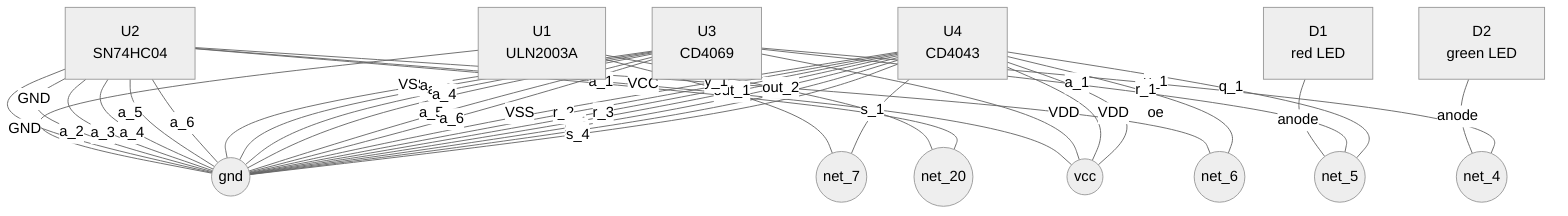
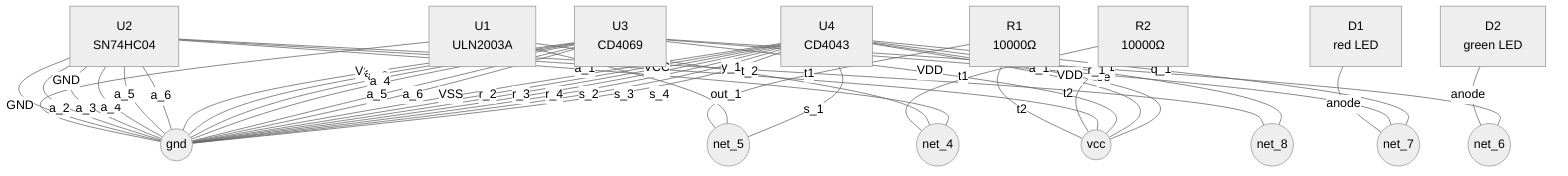
%%{init: {"theme": "neutral"}}%%
flowchart TD
    U1["U1<br/>ULN2003A"]
    U2["U2<br/>SN74HC04"]
    U3["U3<br/>CD4069"]
    U4["U4<br/>CD4043"]
    D1["D1<br/>red LED"]
    D2["D2<br/>green LED"]
+     R1["R1<br/>10000Ω"]
+     R2["R2<br/>10000Ω"]
+     net_7(("net_7"))
+     net_6(("net_6"))
    net_5(("net_5"))
+     vcc(("vcc"))
    net_4(("net_4"))
    gnd(("gnd"))
-     net_7(("net_7"))
-     net_20(("net_20"))
-     vcc(("vcc"))
-     net_6(("net_6"))
-     D1 ---|"anode"| net_5
-     D2 ---|"anode"| net_4
+     net_8(("net_8"))
+     D1 ---|"anode"| net_7
+     D2 ---|"anode"| net_6
+     R1 ---|"t1"| net_5
+     R1 ---|"t2"| vcc
+     R2 ---|"t1"| net_4
+     R2 ---|"t2"| vcc
    U1 ---|"GND"| gnd
-     U1 ---|"out_1"| net_7
-     U1 ---|"out_2"| net_20
+     U1 ---|"out_1"| net_5
+     U1 ---|"out_2"| net_4
    U2 ---|"GND"| gnd
    U2 ---|"VCC"| vcc
-     U2 ---|"a_1"| net_20
+     U2 ---|"a_1"| net_4
    U2 ---|"a_2"| gnd
    U2 ---|"a_3"| gnd
    U2 ---|"a_4"| gnd
    U2 ---|"a_5"| gnd
    U2 ---|"a_6"| gnd
-     U2 ---|"y_1"| net_6
+     U2 ---|"y_1"| net_8
    U3 ---|"VDD"| vcc
    U3 ---|"VSS"| gnd
-     U3 ---|"a_1"| net_5
+     U3 ---|"a_1"| net_7
    U3 ---|"a_2"| gnd
    U3 ---|"a_3"| gnd
    U3 ---|"a_4"| gnd
    U3 ---|"a_5"| gnd
    U3 ---|"a_6"| gnd
-     U3 ---|"y_1"| net_4
+     U3 ---|"y_1"| net_6
    U4 ---|"VDD"| vcc
    U4 ---|"VSS"| gnd
    U4 ---|"oe"| vcc
-     U4 ---|"q_1"| net_5
-     U4 ---|"r_1"| net_6
+     U4 ---|"q_1"| net_7
+     U4 ---|"r_1"| net_8
    U4 ---|"r_2"| gnd
    U4 ---|"r_3"| gnd
    U4 ---|"r_4"| gnd
-     U4 ---|"s_1"| net_7
+     U4 ---|"s_1"| net_5
    U4 ---|"s_2"| gnd
    U4 ---|"s_3"| gnd
    U4 ---|"s_4"| gnd
